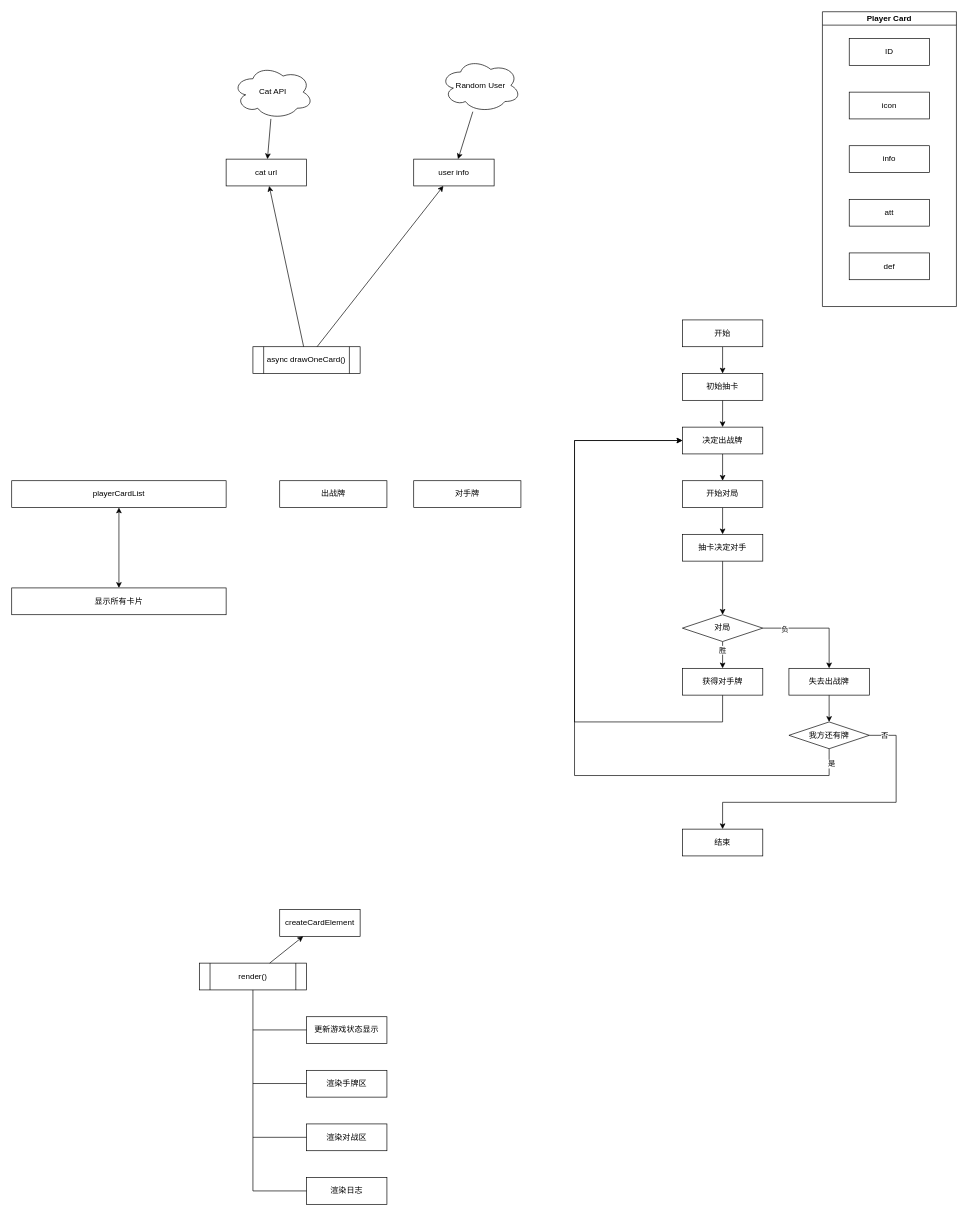
This is page "第 2 页" (2 of 2) of src/CatCards/map.drawio from Kuuhaku31/st_jQuery_DOM, a draw.io file, before an edit. Source tidied: cells renumbered, new cells numbered last; positions are measured from the earlier drawing's top-left corner, leaving out a move shared by most shapes. Both pictures are drawn from the tidied source at 67%, with x=0, y=0 at pixel (11, 11).
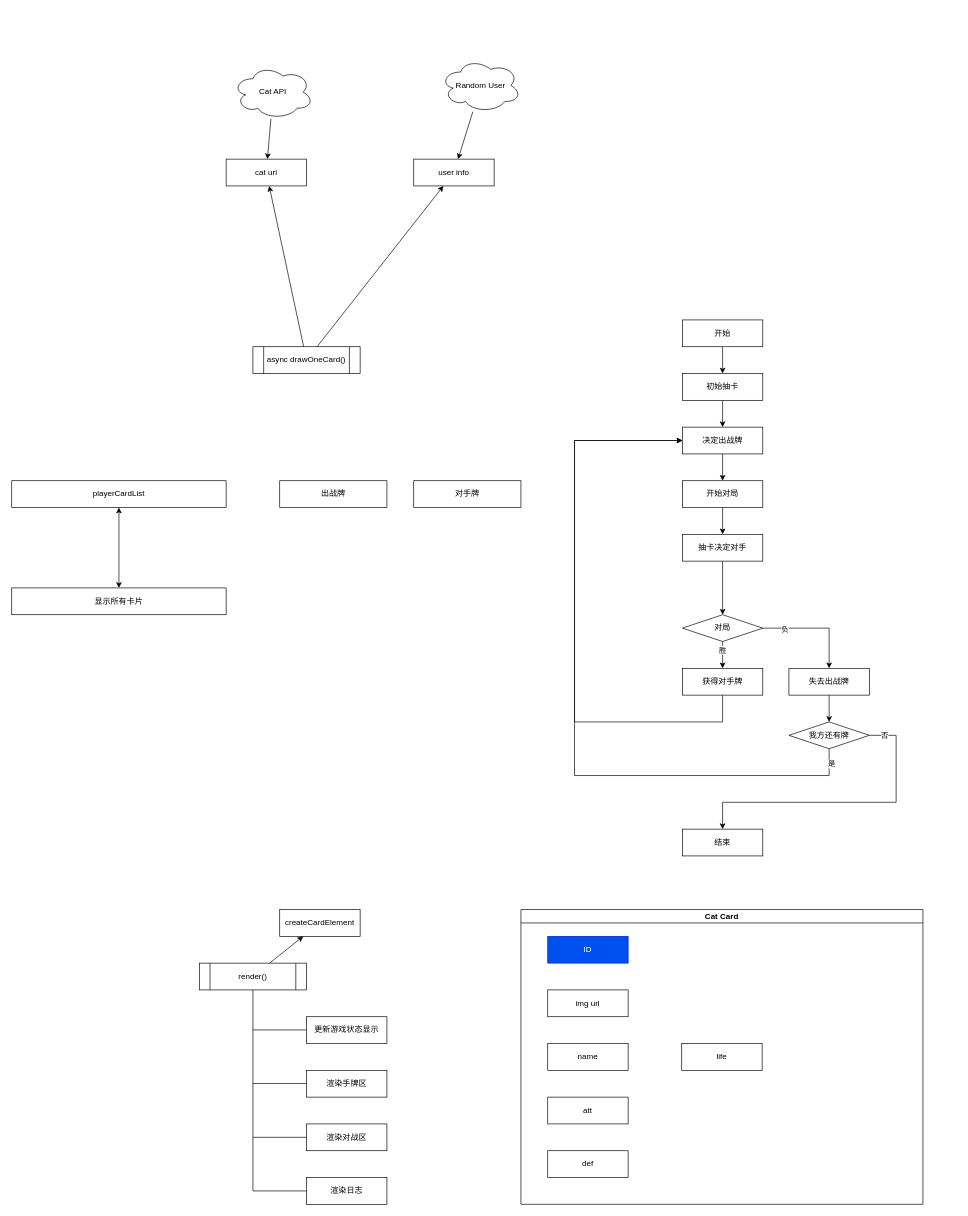
The same diagram, later.

Commit message (it also covers changes not shown here):
为抽卡功能添加防御力和生命值属性，并更新日志信息；调整图形模型以反映新属性

Diff of the diagram source:
```diff
@@
-    <mxCell id="9" value="Player Card" style="swimlane;whiteSpace=wrap;html=1;startSize=20;fontFamily=Sarasa Fixed SC;" parent="1" vertex="1">
-      <mxGeometry x="1210" width="200" height="440" as="geometry" />
+    <mxCell id="9" value="Cat&amp;nbsp;&lt;span style=&quot;background-color: transparent; color: light-dark(rgb(0, 0, 0), rgb(255, 255, 255));&quot;&gt;Card&lt;/span&gt;" style="swimlane;whiteSpace=wrap;html=1;startSize=20;fontFamily=Sarasa Fixed SC;" parent="1" vertex="1">
+      <mxGeometry x="760" y="1340" width="600" height="440" as="geometry" />
     </mxCell>
-    <mxCell id="10" value="ID" style="rounded=0;whiteSpace=wrap;html=1;fontFamily=Sarasa Fixed SC;" parent="9" vertex="1">
+    <mxCell id="10" value="ID" style="rounded=0;whiteSpace=wrap;html=1;fontFamily=Sarasa Fixed SC;fillColor=#0050ef;fontColor=#ffffff;strokeColor=#001DBC;" parent="9" vertex="1">
       <mxGeometry x="40" y="40" width="120" height="40" as="geometry" />
     </mxCell>
-    <mxCell id="11" value="icon" style="rounded=0;whiteSpace=wrap;html=1;fontFamily=Sarasa Fixed SC;" parent="9" vertex="1">
+    <mxCell id="11" value="img url" style="rounded=0;whiteSpace=wrap;html=1;fontFamily=Sarasa Fixed SC;" parent="9" vertex="1">
       <mxGeometry x="40" y="120" width="120" height="40" as="geometry" />
     </mxCell>
-    <mxCell id="12" value="info" style="rounded=0;whiteSpace=wrap;html=1;fontFamily=Sarasa Fixed SC;" parent="9" vertex="1">
+    <mxCell id="12" value="name" style="rounded=0;whiteSpace=wrap;html=1;fontFamily=Sarasa Fixed SC;" parent="9" vertex="1">
       <mxGeometry x="40" y="200" width="120" height="40" as="geometry" />
     </mxCell>
@@
+    <mxCell id="59" value="life" style="rounded=0;whiteSpace=wrap;html=1;fontFamily=Sarasa Fixed SC;" parent="9" vertex="1">
+      <mxGeometry x="240" y="200" width="120" height="40" as="geometry" />
+    </mxCell>
```
